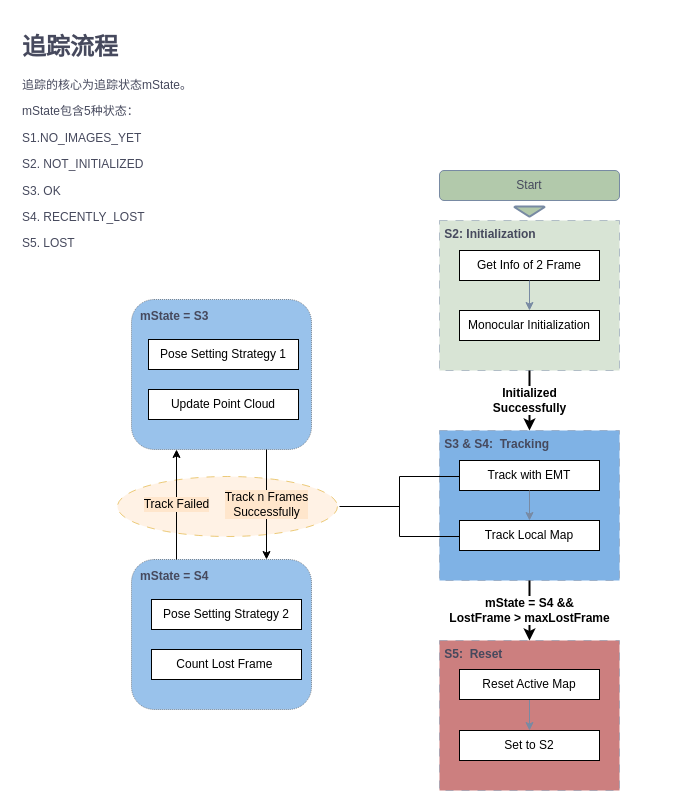
The draw.io diagram EMSLAM.drawio in Abigail248/endoscope_orb_slan3, before the edit. Source tidied: cells renumbered, new cells numbered last; positions are measured from the earlier drawing's top-left corner, leaving out a move shared by most shapes. Both pictures are drawn from the tidied source at 100%, with x=0, y=0 at pixel (17, 27).
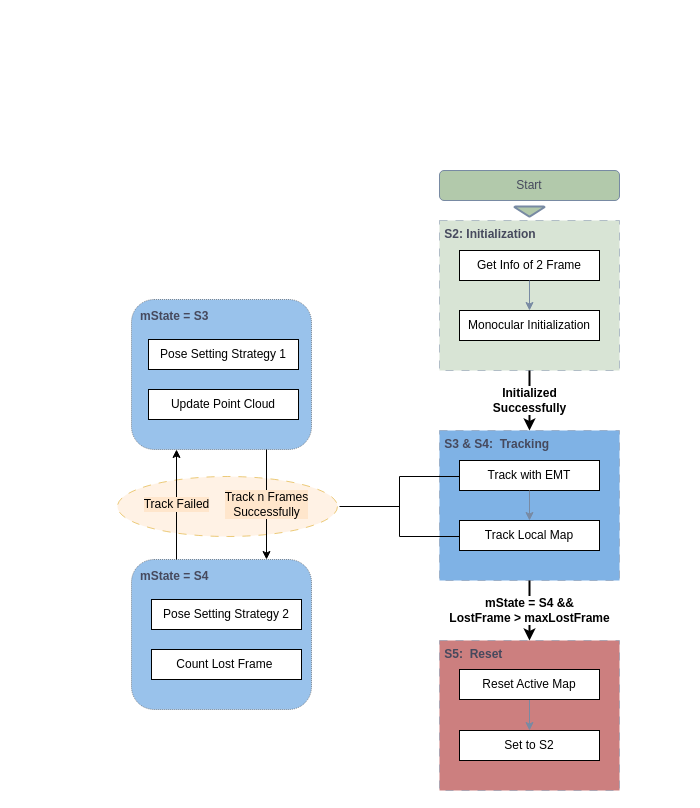
The same page after the edit.

Change to the diagram source:
```diff
@@
-    <mxCell id="2" value="&lt;h1&gt;追踪流程&lt;/h1&gt;&lt;p&gt;追踪的核心为追踪状态mState。&lt;/p&gt;&lt;p&gt;mState包含5种状态：&lt;/p&gt;&lt;p&gt;&lt;span style=&quot;background-color: initial;&quot;&gt;S1.NO_IMAGES_YET&amp;nbsp;&lt;/span&gt;&lt;/p&gt;&lt;p&gt;&lt;span style=&quot;background-color: initial;&quot;&gt;S2. NOT_INITIALIZED&lt;/span&gt;&lt;/p&gt;&lt;p&gt;S3. OK&lt;/p&gt;&lt;p&gt;S4. RECENTLY_LOST&lt;/p&gt;&lt;p&gt;S5. LOST&lt;/p&gt;&lt;p&gt;&lt;br&gt;&lt;/p&gt;&lt;p&gt;&lt;br&gt;&lt;/p&gt;" style="text;html=1;strokeColor=none;fillColor=none;spacing=5;spacingTop=-20;whiteSpace=wrap;overflow=hidden;rounded=0;labelBackgroundColor=none;fontColor=#46495D;" parent="1" vertex="1">
-      <mxGeometry width="222" height="240" as="geometry" />
-    </mxCell>
```
